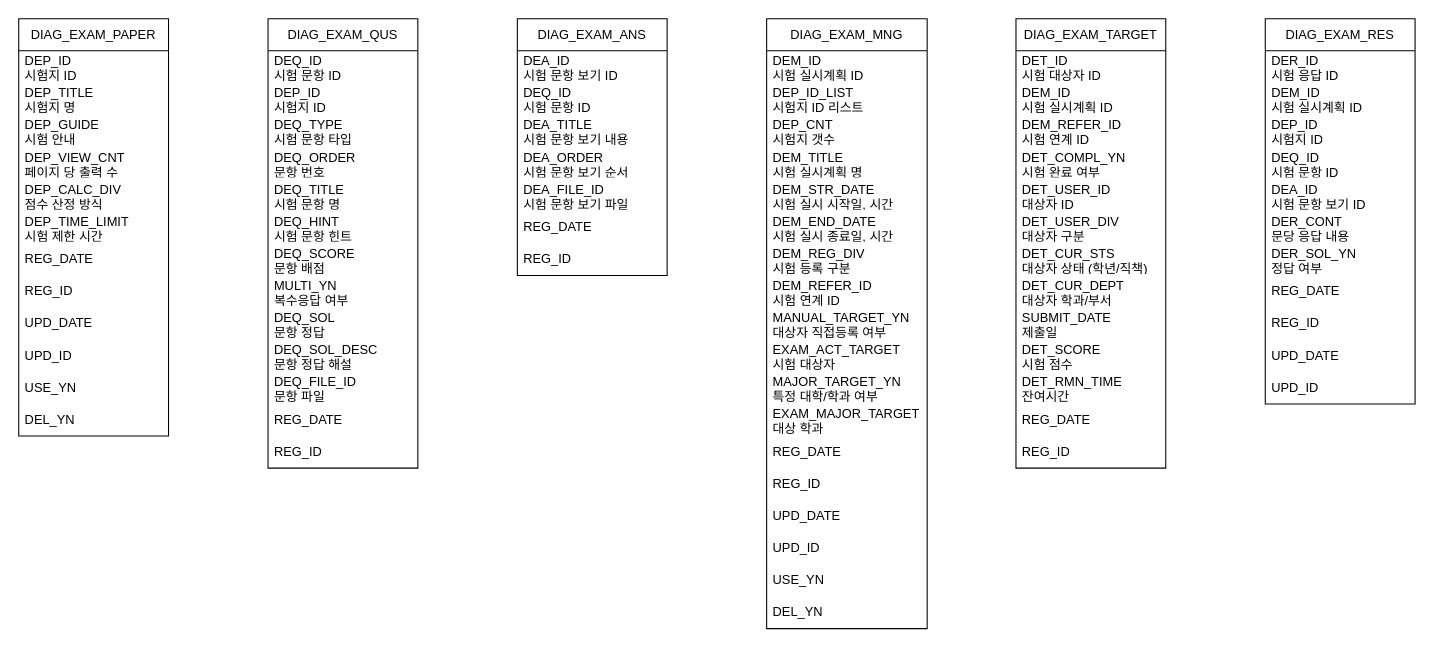
Earlier version of the draw.io diagram EXAM_DB_STRUCTURE.drawio (HAR00N/draw.io). Source tidied: cells renumbered, new cells numbered last; positions are measured from the earlier drawing's top-left corner, leaving out a move shared by most shapes. Both pictures are drawn from the tidied source at 107%, with x=0, y=0 at pixel (18, 18).
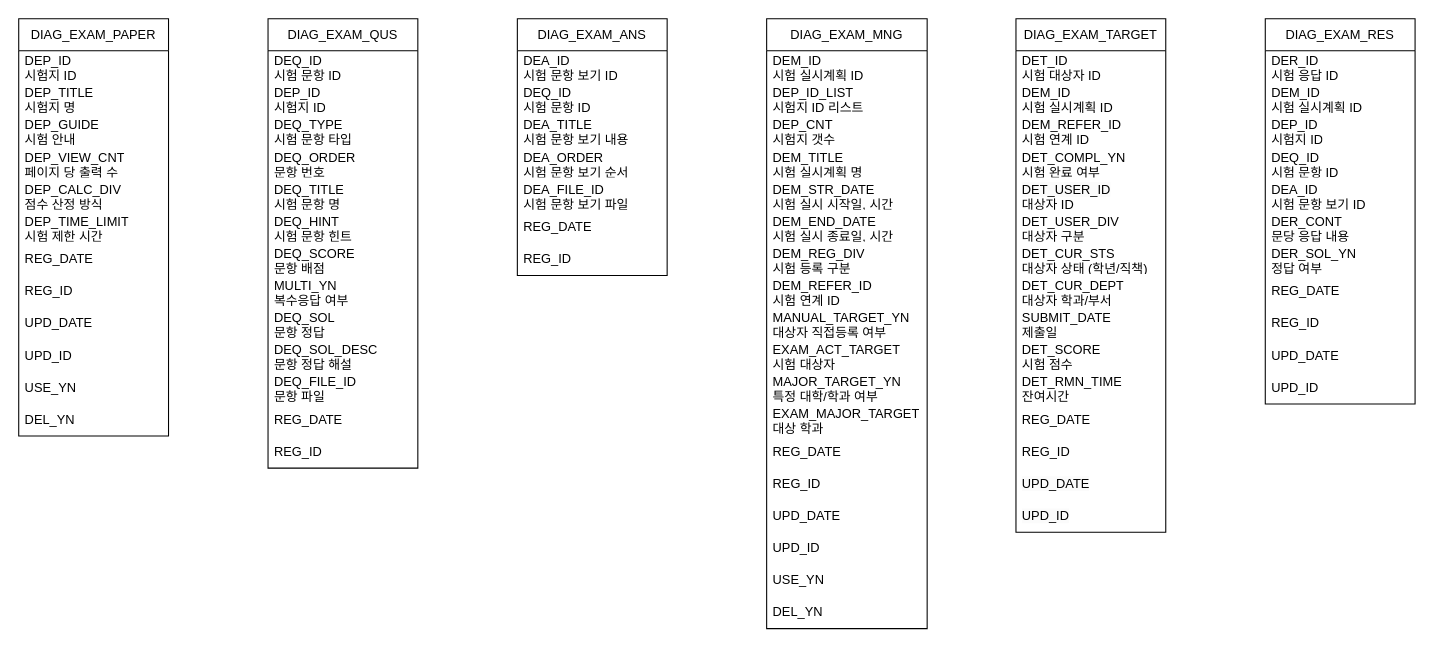
The same page after the edit.

Change to the diagram source:
```diff
@@
     <mxCell id="56" value="DIAG_EXAM_TARGET" style="swimlane;fontStyle=0;horizontal=1;startSize=30;whiteSpace=wrap;html=1;" parent="1" vertex="1">
-      <mxGeometry x="932" width="140" height="420" as="geometry" />
+      <mxGeometry x="932" width="140" height="480" as="geometry" />
     </mxCell>
@@
+    <mxCell id="82" value="&lt;span style=&quot;color: rgb(0, 0, 0); font-family: Helvetica; font-size: 12px; font-style: normal; font-variant-ligatures: normal; font-variant-caps: normal; font-weight: 400; letter-spacing: normal; orphans: 2; text-align: left; text-indent: 0px; text-transform: none; widows: 2; word-spacing: 0px; -webkit-text-stroke-width: 0px; white-space: normal; background-color: rgb(251, 251, 251); text-decoration-thickness: initial; text-decoration-style: initial; text-decoration-color: initial; display: inline !important; float: none;&quot;&gt;UPD_DATE&lt;/span&gt;" style="text;strokeColor=none;fillColor=none;align=left;verticalAlign=middle;spacingLeft=4;spacingRight=4;overflow=hidden;whiteSpace=wrap;html=1;" parent="56" vertex="1">
+      <mxGeometry y="420" width="140" height="30" as="geometry" />
+    </mxCell>
+    <mxCell id="83" value="&lt;span style=&quot;color: rgb(0, 0, 0); font-family: Helvetica; font-size: 12px; font-style: normal; font-variant-ligatures: normal; font-variant-caps: normal; font-weight: 400; letter-spacing: normal; orphans: 2; text-align: left; text-indent: 0px; text-transform: none; widows: 2; word-spacing: 0px; -webkit-text-stroke-width: 0px; white-space: normal; background-color: rgb(251, 251, 251); text-decoration-thickness: initial; text-decoration-style: initial; text-decoration-color: initial; display: inline !important; float: none;&quot;&gt;UPD_ID&lt;/span&gt;" style="text;strokeColor=none;fillColor=none;align=left;verticalAlign=middle;spacingLeft=4;spacingRight=4;overflow=hidden;whiteSpace=wrap;html=1;" parent="56" vertex="1">
+      <mxGeometry y="450" width="140" height="30" as="geometry" />
+    </mxCell>
```
